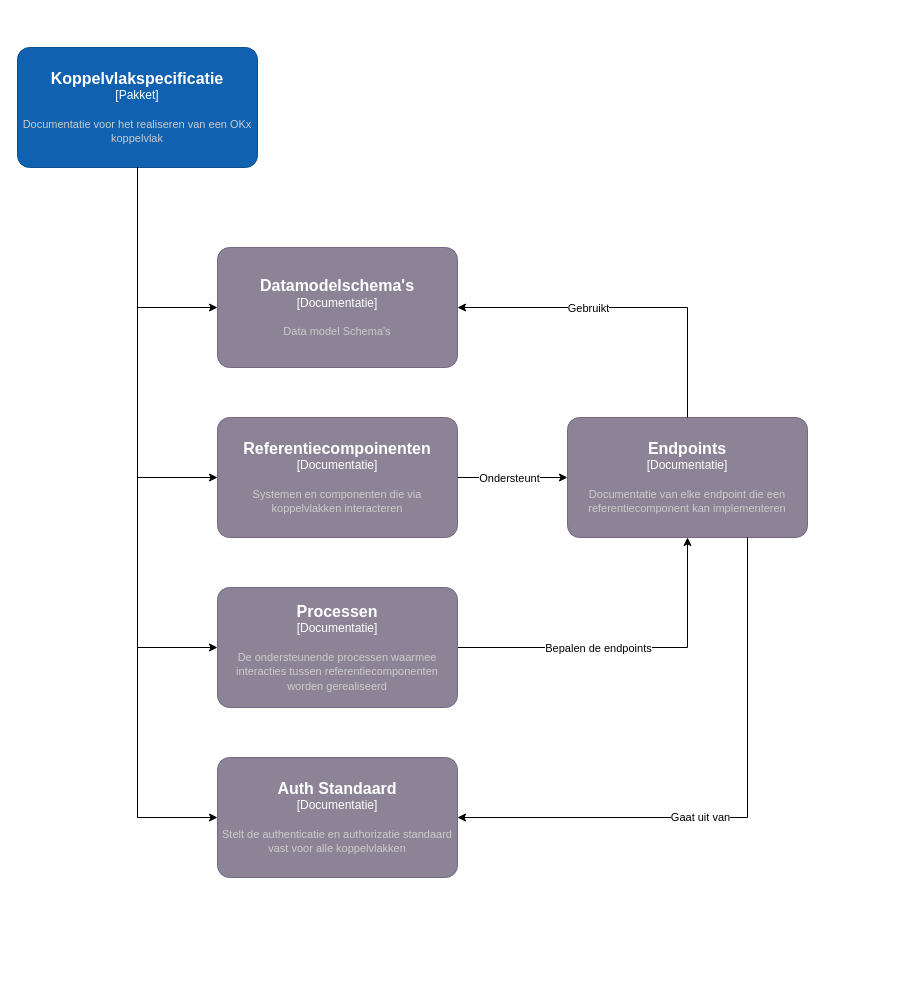
Earlier version of the draw.io diagram Koppelvlakspecificaties/src/KoppelvlakSpec overzicht.drawio (Npuls-OKx/Public). Source tidied: cells renumbered, new cells numbered last; positions are measured from the earlier drawing's top-left corner, leaving out a move shared by most shapes. Both pictures are drawn from the tidied source at 100%, with x=0, y=0 at pixel (17, 47).
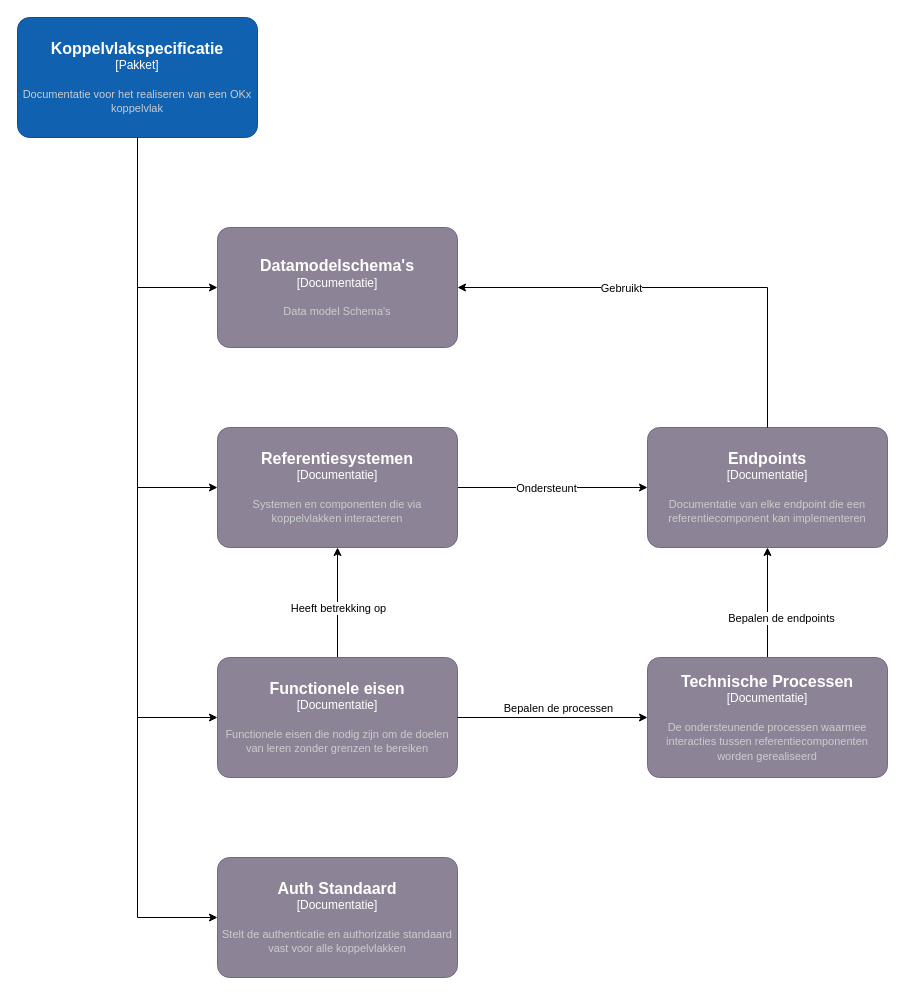
After the change.

Commit message (it also covers changes not shown here):
Werk koppelvlak-diagrammen bij

What changed in the source:
```diff
@@
     <object id="2" label="&lt;font style=&quot;font-size: 16px&quot;&gt;&lt;b&gt;%c4Name%&lt;/b&gt;&lt;/font&gt;&lt;div&gt;[%c4Type%]&lt;/div&gt;&lt;br&gt;&lt;div&gt;&lt;font style=&quot;font-size: 11px&quot;&gt;&lt;font color=&quot;#cccccc&quot;&gt;%c4Description%&lt;/font&gt;&lt;/div&gt;" c4Description="Documentatie voor het realiseren van een OKx koppelvlak" c4Name="Koppelvlakspecificatie" c4Type="Pakket" placeholders="1">
       <mxCell style="rounded=1;whiteSpace=wrap;html=1;labelBackgroundColor=none;fillColor=#1061B0;fontColor=#ffffff;align=center;arcSize=10;strokeColor=#0D5091;points=[[0.25,0,0],[0.5,0,0],[0.75,0,0],[1,0.25,0],[1,0.5,0],[1,0.75,0],[0.75,1,0],[0.5,1,0],[0.25,1,0],[0,0.75,0],[0,0.5,0],[0,0.25,0]];" parent="1" vertex="1">
-        <mxGeometry width="240" height="120" as="geometry" />
+        <mxGeometry y="-30" width="240" height="120" as="geometry" />
       </mxCell>
     </object>
     <object id="3" label="&lt;font style=&quot;font-size: 16px&quot;&gt;&lt;b&gt;%c4Name%&lt;/b&gt;&lt;/font&gt;&lt;div&gt;[%c4Type%]&lt;/div&gt;&lt;br&gt;&lt;div&gt;&lt;font style=&quot;font-size: 11px&quot;&gt;&lt;font color=&quot;#cccccc&quot;&gt;%c4Description%&lt;/font&gt;&lt;/div&gt;" c4Description="Data model Schema's" c4Name="Datamodelschema's" c4Type="Documentatie" placeholders="1">
       <mxCell style="rounded=1;whiteSpace=wrap;html=1;labelBackgroundColor=none;fillColor=#8C8496;fontColor=#ffffff;align=center;arcSize=10;strokeColor=#736782;points=[[0.25,0,0],[0.5,0,0],[0.75,0,0],[1,0.25,0],[1,0.5,0],[1,0.75,0],[0.75,1,0],[0.5,1,0],[0.25,1,0],[0,0.75,0],[0,0.5,0],[0,0.25,0]];" parent="1" vertex="1">
-        <mxGeometry x="200" y="200" width="240" height="120" as="geometry" />
+        <mxGeometry x="200" y="180" width="240" height="120" as="geometry" />
       </mxCell>
     </object>
@@
-    <object id="7" label="&lt;font style=&quot;font-size: 16px&quot;&gt;&lt;b&gt;%c4Name%&lt;/b&gt;&lt;/font&gt;&lt;div&gt;[%c4Type%]&lt;/div&gt;&lt;br&gt;&lt;div&gt;&lt;font style=&quot;font-size: 11px&quot;&gt;&lt;font color=&quot;#cccccc&quot;&gt;%c4Description%&lt;/font&gt;&lt;/div&gt;" c4Description="Systemen en componenten die via koppelvlakken interacteren " c4Name="Referentiecompoinenten" c4Type="Documentatie" placeholders="1">
+    <object id="7" label="&lt;font style=&quot;font-size: 16px&quot;&gt;&lt;b&gt;%c4Name%&lt;/b&gt;&lt;/font&gt;&lt;div&gt;[%c4Type%]&lt;/div&gt;&lt;br&gt;&lt;div&gt;&lt;font style=&quot;font-size: 11px&quot;&gt;&lt;font color=&quot;#cccccc&quot;&gt;%c4Description%&lt;/font&gt;&lt;/div&gt;" c4Description="Systemen en componenten die via koppelvlakken interacteren" c4Name="Referentiesystemen" c4Type="Documentatie" placeholders="1">
       <mxCell style="rounded=1;whiteSpace=wrap;html=1;labelBackgroundColor=none;fillColor=#8C8496;fontColor=#ffffff;align=center;arcSize=10;strokeColor=#736782;points=[[0.25,0,0],[0.5,0,0],[0.75,0,0],[1,0.25,0],[1,0.5,0],[1,0.75,0],[0.75,1,0],[0.5,1,0],[0.25,1,0],[0,0.75,0],[0,0.5,0],[0,0.25,0]];" parent="1" vertex="1">
-        <mxGeometry x="200" y="370" width="240" height="120" as="geometry" />
+        <mxGeometry x="200" y="380" width="240" height="120" as="geometry" />
       </mxCell>
     </object>
@@
-    <object id="11" label="&lt;font style=&quot;font-size: 16px&quot;&gt;&lt;b&gt;%c4Name%&lt;/b&gt;&lt;/font&gt;&lt;div&gt;[%c4Type%]&lt;/div&gt;&lt;br&gt;&lt;div&gt;&lt;font style=&quot;font-size: 11px&quot;&gt;&lt;font color=&quot;#cccccc&quot;&gt;%c4Description%&lt;/font&gt;&lt;/div&gt;" c4Description="De ondersteunende processen waarmee interacties tussen referentiecomponenten worden gerealiseerd" c4Name="Processen" c4Type="Documentatie" placeholders="1">
+    <object id="11" label="&lt;font style=&quot;font-size: 16px&quot;&gt;&lt;b&gt;%c4Name%&lt;/b&gt;&lt;/font&gt;&lt;div&gt;[%c4Type%]&lt;/div&gt;&lt;br&gt;&lt;div&gt;&lt;font style=&quot;font-size: 11px&quot;&gt;&lt;font color=&quot;#cccccc&quot;&gt;%c4Description%&lt;/font&gt;&lt;/div&gt;" c4Description="De ondersteunende processen waarmee interacties tussen referentiecomponenten worden gerealiseerd" c4Name="Technische Processen" c4Type="Documentatie" placeholders="1">
       <mxCell style="rounded=1;whiteSpace=wrap;html=1;labelBackgroundColor=none;fillColor=#8C8496;fontColor=#ffffff;align=center;arcSize=10;strokeColor=#736782;points=[[0.25,0,0],[0.5,0,0],[0.75,0,0],[1,0.25,0],[1,0.5,0],[1,0.75,0],[0.75,1,0],[0.5,1,0],[0.25,1,0],[0,0.75,0],[0,0.5,0],[0,0.25,0]];" parent="1" vertex="1">
-        <mxGeometry x="200" y="540" width="240" height="120" as="geometry" />
+        <mxGeometry x="630" y="610" width="240" height="120" as="geometry" />
       </mxCell>
     </object>
-    <mxCell id="12" style="edgeStyle=orthogonalEdgeStyle;rounded=0;jettySize=auto;html=1;entryX=0;entryY=0.5;entryDx=0;entryDy=0;entryPerimeter=0;" parent="1" edge="1" source="2" target="11">
+    <mxCell id="12" style="edgeStyle=orthogonalEdgeStyle;rounded=0;jettySize=auto;html=1;entryX=0;entryY=0.5;entryDx=0;entryDy=0;entryPerimeter=0;" parent="1" edge="1" source="2" target="22">
       <mxGeometry relative="1" as="geometry" />
     </mxCell>
     <object id="13" label="&lt;font style=&quot;font-size: 16px&quot;&gt;&lt;b&gt;%c4Name%&lt;/b&gt;&lt;/font&gt;&lt;div&gt;[%c4Type%]&lt;/div&gt;&lt;br&gt;&lt;div&gt;&lt;font style=&quot;font-size: 11px&quot;&gt;&lt;font color=&quot;#cccccc&quot;&gt;%c4Description%&lt;/font&gt;&lt;/div&gt;" c4Description="Documentatie van elke endpoint die een referentiecomponent kan implementeren" c4Name="Endpoints" c4Type="Documentatie" placeholders="1">
       <mxCell style="rounded=1;whiteSpace=wrap;html=1;labelBackgroundColor=none;fillColor=#8C8496;fontColor=#ffffff;align=center;arcSize=10;strokeColor=#736782;points=[[0.25,0,0],[0.5,0,0],[0.75,0,0],[1,0.25,0],[1,0.5,0],[1,0.75,0],[0.75,1,0],[0.5,1,0],[0.25,1,0],[0,0.75,0],[0,0.5,0],[0,0.25,0]];" parent="1" vertex="1">
-        <mxGeometry x="550" y="370" width="240" height="120" as="geometry" />
+        <mxGeometry x="630" y="380" width="240" height="120" as="geometry" />
       </mxCell>
     </object>
@@
     <object id="16" label="&lt;font style=&quot;font-size: 16px&quot;&gt;&lt;b&gt;%c4Name%&lt;/b&gt;&lt;/font&gt;&lt;div&gt;[%c4Type%]&lt;/div&gt;&lt;br&gt;&lt;div&gt;&lt;font style=&quot;font-size: 11px&quot;&gt;&lt;font color=&quot;#cccccc&quot;&gt;%c4Description%&lt;/font&gt;&lt;/div&gt;" c4Description="Stelt de authenticatie en authorizatie standaard vast voor alle koppelvlakken" c4Name="Auth Standaard" c4Type="Documentatie" placeholders="1">
       <mxCell style="rounded=1;whiteSpace=wrap;html=1;labelBackgroundColor=none;fillColor=#8C8496;fontColor=#ffffff;align=center;arcSize=10;strokeColor=#736782;points=[[0.25,0,0],[0.5,0,0],[0.75,0,0],[1,0.25,0],[1,0.5,0],[1,0.75,0],[0.75,1,0],[0.5,1,0],[0.25,1,0],[0,0.75,0],[0,0.5,0],[0,0.25,0]];" parent="1" vertex="1">
-        <mxGeometry x="200" y="710" width="240" height="120" as="geometry" />
+        <mxGeometry x="200" y="810" width="240" height="120" as="geometry" />
       </mxCell>
     </object>
@@
-    <mxCell id="18" style="edgeStyle=orthogonalEdgeStyle;rounded=0;jettySize=auto;html=1;exitX=0.75;exitY=1;exitDx=0;exitDy=0;exitPerimeter=0;entryX=1;entryY=0.5;entryDx=0;entryDy=0;entryPerimeter=0;" parent="1" edge="1" source="13" target="16">
-      <mxGeometry relative="1" as="geometry" />
-    </mxCell>
-    <mxCell id="19" value="Gaat uit van" style="edgeLabel;html=1;align=center;verticalAlign=middle;" parent="18" vertex="1">
-      <mxGeometry x="0.15" y="-1" relative="1" as="geometry" />
-    </mxCell>
+    <mxCell id="20" style="edgeStyle=orthogonalEdgeStyle;rounded=0;jettySize=auto;html=1;" parent="1" edge="1" source="22" target="7">
+      <mxGeometry relative="1" as="geometry" />
+    </mxCell>
+    <mxCell id="21" value="Heeft betrekking op" style="edgeLabel;html=1;align=center;verticalAlign=middle;" parent="20" vertex="1">
+      <mxGeometry x="-0.27" y="1" relative="1" as="geometry">
+        <mxPoint x="1" y="-10" as="offset" />
+      </mxGeometry>
+    </mxCell>
+    <object id="22" label="&lt;font style=&quot;font-size: 16px&quot;&gt;&lt;b&gt;%c4Name%&lt;/b&gt;&lt;/font&gt;&lt;div&gt;[%c4Type%]&lt;/div&gt;&lt;br&gt;&lt;div&gt;&lt;font style=&quot;font-size: 11px&quot;&gt;&lt;font color=&quot;#cccccc&quot;&gt;%c4Description%&lt;/font&gt;&lt;/div&gt;" c4Description="Functionele eisen die nodig zijn om de doelen van leren zonder grenzen te bereiken" c4Name="Functionele eisen" c4Type="Documentatie" placeholders="1">
+      <mxCell style="rounded=1;whiteSpace=wrap;html=1;labelBackgroundColor=none;fillColor=#8C8496;fontColor=#ffffff;align=center;arcSize=10;strokeColor=#736782;points=[[0.25,0,0],[0.5,0,0],[0.75,0,0],[1,0.25,0],[1,0.5,0],[1,0.75,0],[0.75,1,0],[0.5,1,0],[0.25,1,0],[0,0.75,0],[0,0.5,0],[0,0.25,0]];" parent="1" vertex="1">
+        <mxGeometry x="200" y="610" width="240" height="120" as="geometry" />
+      </mxCell>
+    </object>
+    <mxCell id="23" style="edgeStyle=orthogonalEdgeStyle;rounded=0;jettySize=auto;html=1;entryX=0;entryY=0.5;entryDx=0;entryDy=0;entryPerimeter=0;" parent="1" edge="1" source="22" target="11">
+      <mxGeometry relative="1" as="geometry" />
+    </mxCell>
+    <mxCell id="24" value="Bepalen de processen" style="edgeLabel;html=1;align=center;verticalAlign=middle;" parent="23" vertex="1">
+      <mxGeometry x="-0.21" relative="1" as="geometry">
+        <mxPoint x="25" y="-10" as="offset" />
+      </mxGeometry>
+    </mxCell>
```
